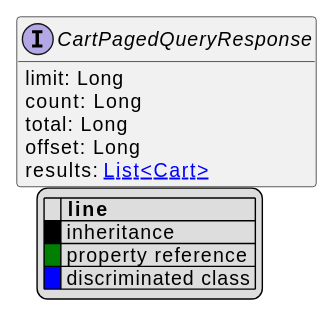
The PlantUML diagram uml/api/svg/CartPagedQueryResponse.svg in commercetools/commercetools-api-reference, before a commit. Its diagram source:
```plantuml
@startuml
!pragma layout elk
hide empty fields
hide empty methods
legend
|= |= line |
|<back:black>   </back>| inheritance |
|<back:green>   </back>| property reference |
|<back:blue>   </back>| discriminated class |
endlegend
interface CartPagedQueryResponse [[CartPagedQueryResponse.svg]]  {
    limit: Long
    count: Long
    total: Long
    offset: Long
    results: [[Cart.svg List<Cart>]]
}






@enduml
```
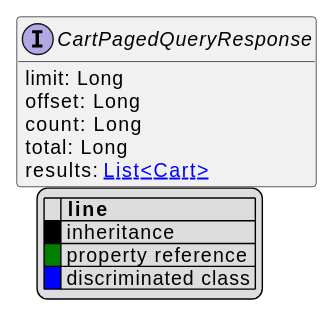
After the change.

Change to the diagram source:
```diff
@@ -10,9 +10,9 @@
 endlegend
 interface CartPagedQueryResponse [[CartPagedQueryResponse.svg]]  {
     limit: Long
+    offset: Long
     count: Long
     total: Long
-    offset: Long
     results: [[Cart.svg List<Cart>]]
 }
 
```
